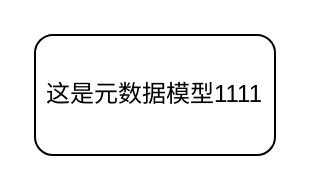
This is 数据同步.drawio from gangxing/drawio, a draw.io file, before an edit. Source tidied: cells renumbered, new cells numbered last; positions are measured from the earlier drawing's top-left corner, leaving out a move shared by most shapes. Both pictures are drawn from the tidied source at 200%, with x=0, y=0 at pixel (34, 34).
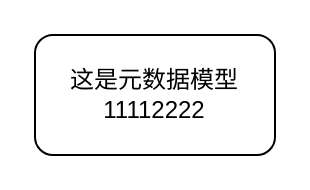
The same diagram, later.

What changed in the source:
```diff
@@
 <mxGraphModel>
   <root>
     <mxCell id="0" />
     <mxCell id="1" parent="0" />
-    <mxCell id="2" value="这是元数据模型1111" style="rounded=1;whiteSpace=wrap;html=1;" parent="1" vertex="1">
+    <mxCell id="2" value="这是元数据模型11112222" style="rounded=1;whiteSpace=wrap;html=1;" parent="1" vertex="1">
       <mxGeometry width="120" height="60" as="geometry" />
     </mxCell>
   </root>
 </mxGraphModel>
```
